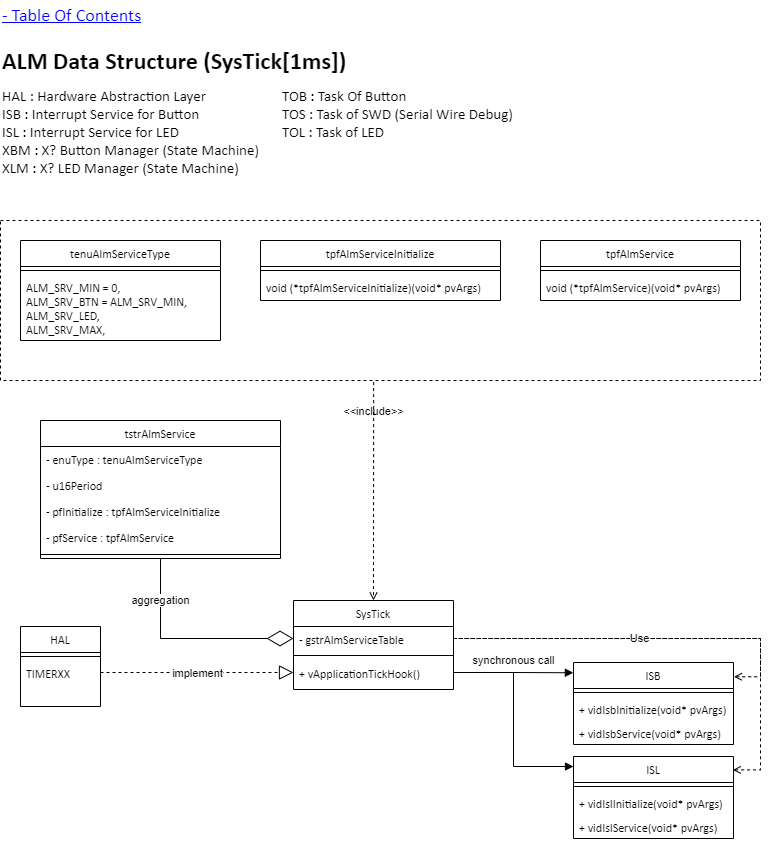
Earlier version of the draw.io export Resources/Part2/Part2_ALM_DataStructure_SysTick.drawio.png (gtuja/CSC_MS). Source tidied: cells renumbered, new cells last; positions are measured from the earlier drawing's top-left corner, leaving out a move shared by most shapes.
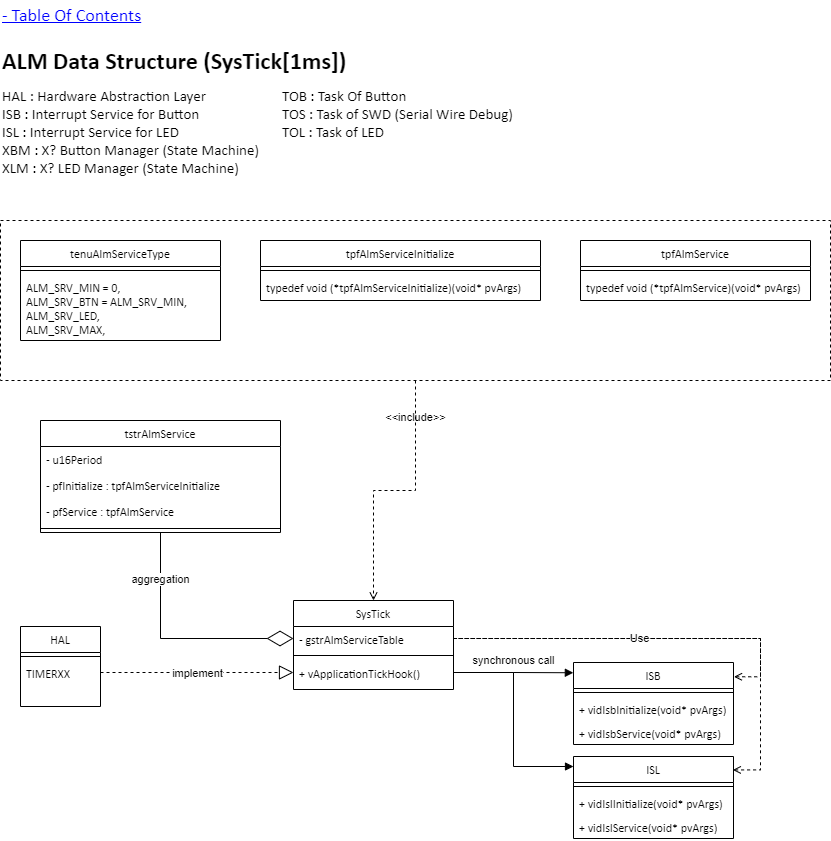
After the commit.

The edit, as a diff of the source:
```diff
@@ -21,13 +21,13 @@
       <mxGeometry x="280" y="80" width="260" height="80" as="geometry" />
     </mxCell>
     <mxCell id="8" value="tpfAlmServiceInitialize" style="swimlane;fontStyle=0;align=center;verticalAlign=top;horizontal=1;startSize=26;rounded=0;shadow=0;strokeWidth=1;fontFamily=Calibri;" parent="1" vertex="1">
-      <mxGeometry x="260" y="240" width="240" height="60" as="geometry" />
+      <mxGeometry x="260" y="240" width="280" height="60" as="geometry" />
     </mxCell>
     <mxCell id="9" style="line;html=1;strokeWidth=1;align=left;verticalAlign=middle;spacingTop=-1;spacingLeft=3;spacingRight=3;labelPosition=right;fontFamily=Calibri;" parent="8" vertex="1">
-      <mxGeometry y="26" width="240" height="8" as="geometry" />
+      <mxGeometry y="26" width="280" height="8" as="geometry" />
     </mxCell>
-    <mxCell id="10" value="void (*tpfAlmServiceInitialize)(void* pvArgs)" style="text;align=left;verticalAlign=top;spacingLeft=4;spacingRight=4;overflow=hidden;fontFamily=Calibri;" parent="8" vertex="1">
-      <mxGeometry y="34" width="240" height="26" as="geometry" />
+    <mxCell id="10" value="typedef void (*tpfAlmServiceInitialize)(void* pvArgs)" style="text;align=left;verticalAlign=top;spacingLeft=4;spacingRight=4;overflow=hidden;fontFamily=Calibri;" parent="8" vertex="1">
+      <mxGeometry y="34" width="280" height="26" as="geometry" />
     </mxCell>
     <mxCell id="11" value="HAL" style="swimlane;fontStyle=0;align=center;verticalAlign=top;horizontal=1;startSize=26;rounded=0;shadow=0;strokeWidth=1;fontFamily=Calibri;" parent="1" vertex="1">
       <mxGeometry x="20" y="626" width="80" height="80" as="geometry" />
@@ -39,22 +39,19 @@
       <mxGeometry y="34" width="80" height="24" as="geometry" />
     </mxCell>
     <mxCell id="14" value="tstrAlmService" style="swimlane;fontStyle=0;align=center;verticalAlign=top;horizontal=1;startSize=26;rounded=0;shadow=0;strokeWidth=1;fontFamily=Calibri;" parent="1" vertex="1">
-      <mxGeometry x="40" y="420" width="240" height="138" as="geometry" />
+      <mxGeometry x="40" y="420" width="240" height="112" as="geometry" />
     </mxCell>
-    <mxCell id="15" value="- enuType : tenuAlmServiceType" style="text;align=left;verticalAlign=top;spacingLeft=4;spacingRight=4;overflow=hidden;fontFamily=Calibri;" parent="14" vertex="1">
-      <mxGeometry y="26" width="240" height="26" as="geometry" />
-    </mxCell>
     <mxCell id="16" value="- u16Period" style="text;align=left;verticalAlign=top;spacingLeft=4;spacingRight=4;overflow=hidden;rounded=0;shadow=0;html=0;fontFamily=Calibri;" parent="14" vertex="1">
-      <mxGeometry y="52" width="240" height="26" as="geometry" />
+      <mxGeometry y="26" width="240" height="26" as="geometry" />
     </mxCell>
     <mxCell id="17" value="- pfInitialize : tpfAlmServiceInitialize " style="text;align=left;verticalAlign=top;spacingLeft=4;spacingRight=4;overflow=hidden;rounded=0;shadow=0;html=0;fontFamily=Calibri;" parent="14" vertex="1">
-      <mxGeometry y="78" width="240" height="26" as="geometry" />
+      <mxGeometry y="52" width="240" height="26" as="geometry" />
     </mxCell>
     <mxCell id="18" value="- pfService : tpfAlmService" style="text;align=left;verticalAlign=top;spacingLeft=4;spacingRight=4;overflow=hidden;rounded=0;shadow=0;html=0;fontFamily=Calibri;" parent="14" vertex="1">
-      <mxGeometry y="104" width="240" height="26" as="geometry" />
+      <mxGeometry y="78" width="240" height="26" as="geometry" />
     </mxCell>
     <mxCell id="19" style="line;html=1;strokeWidth=1;align=left;verticalAlign=middle;spacingTop=-1;spacingLeft=3;spacingRight=3;labelPosition=right;fontFamily=Calibri;" parent="14" vertex="1">
-      <mxGeometry y="130" width="240" height="8" as="geometry" />
+      <mxGeometry y="104" width="240" height="8" as="geometry" />
     </mxCell>
     <mxCell id="20" value="SysTick" style="swimlane;fontStyle=0;align=center;verticalAlign=top;horizontal=1;startSize=26;rounded=0;shadow=0;strokeWidth=1;fontFamily=Calibri;" parent="1" vertex="1">
       <mxGeometry x="293" y="600" width="160" height="89" as="geometry" />
@@ -69,13 +66,13 @@
       <mxGeometry y="60" width="160" height="24" as="geometry" />
     </mxCell>
     <mxCell id="24" value="tpfAlmService" style="swimlane;fontStyle=0;align=center;verticalAlign=top;horizontal=1;startSize=26;rounded=0;shadow=0;strokeWidth=1;fontFamily=Calibri;" parent="1" vertex="1">
-      <mxGeometry x="540" y="240" width="200" height="60" as="geometry" />
+      <mxGeometry x="580" y="240" width="230" height="60" as="geometry" />
     </mxCell>
     <mxCell id="25" style="line;html=1;strokeWidth=1;align=left;verticalAlign=middle;spacingTop=-1;spacingLeft=3;spacingRight=3;labelPosition=right;fontFamily=Calibri;" parent="24" vertex="1">
-      <mxGeometry y="26" width="200" height="8" as="geometry" />
+      <mxGeometry y="26" width="230" height="8" as="geometry" />
     </mxCell>
-    <mxCell id="26" value="void (*tpfAlmService)(void* pvArgs)" style="text;align=left;verticalAlign=top;spacingLeft=4;spacingRight=4;overflow=hidden;fontFamily=Calibri;" parent="24" vertex="1">
-      <mxGeometry y="34" width="200" height="26" as="geometry" />
+    <mxCell id="26" value="typedef void (*tpfAlmService)(void* pvArgs)" style="text;align=left;verticalAlign=top;spacingLeft=4;spacingRight=4;overflow=hidden;fontFamily=Calibri;" parent="24" vertex="1">
+      <mxGeometry y="34" width="230" height="26" as="geometry" />
     </mxCell>
     <mxCell id="27" value="aggregation" style="endArrow=diamondThin;endFill=0;endSize=24;html=1;rounded=0;entryX=0;entryY=0.5;entryDx=0;entryDy=0;exitX=0.5;exitY=1;exitDx=0;exitDy=0;edgeStyle=orthogonalEdgeStyle;" parent="1" edge="1" source="14" target="21">
       <mxGeometry x="-0.61" relative="1" as="geometry">
@@ -146,11 +143,11 @@
     <mxCell id="43" value="- Table Of Contents" style="text;html=1;align=left;verticalAlign=middle;whiteSpace=wrap;rounded=0;fontStyle=4;fontFamily=Calibri;fontSize=18;fontColor=#0000FF;" parent="1" vertex="1">
       <mxGeometry width="240" height="30" as="geometry" />
     </mxCell>
-    <mxCell id="44" style="rounded=0;whiteSpace=wrap;html=1;fillColor=none;dashed=1;" parent="1" vertex="1">
-      <mxGeometry y="220" width="760" height="160" as="geometry" />
-    </mxCell>
-    <mxCell id="45" value="&amp;lt;&amp;lt;include&amp;gt;&amp;gt;" style="html=1;verticalAlign=bottom;labelBackgroundColor=none;endArrow=open;endFill=0;dashed=1;rounded=0;exitX=0.491;exitY=1.01;exitDx=0;exitDy=0;exitPerimeter=0;entryX=0.5;entryY=0;entryDx=0;entryDy=0;" parent="1" edge="1" source="44" target="20">
+    <mxCell id="45" value="&amp;lt;&amp;lt;include&amp;gt;&amp;gt;" style="html=1;verticalAlign=bottom;labelBackgroundColor=none;endArrow=open;endFill=0;dashed=1;rounded=0;exitX=0.5;exitY=1;exitDx=0;exitDy=0;entryX=0.5;entryY=0;entryDx=0;entryDy=0;edgeStyle=orthogonalEdgeStyle;" parent="1" edge="1" source="46" target="20">
       <mxGeometry x="-0.65" relative="1" as="geometry" />
     </mxCell>
+    <mxCell id="46" style="rounded=0;whiteSpace=wrap;html=1;fillColor=none;dashed=1;" parent="1" vertex="1">
+      <mxGeometry y="220" width="830" height="160" as="geometry" />
+    </mxCell>
   </root>
 </mxGraphModel>
```
